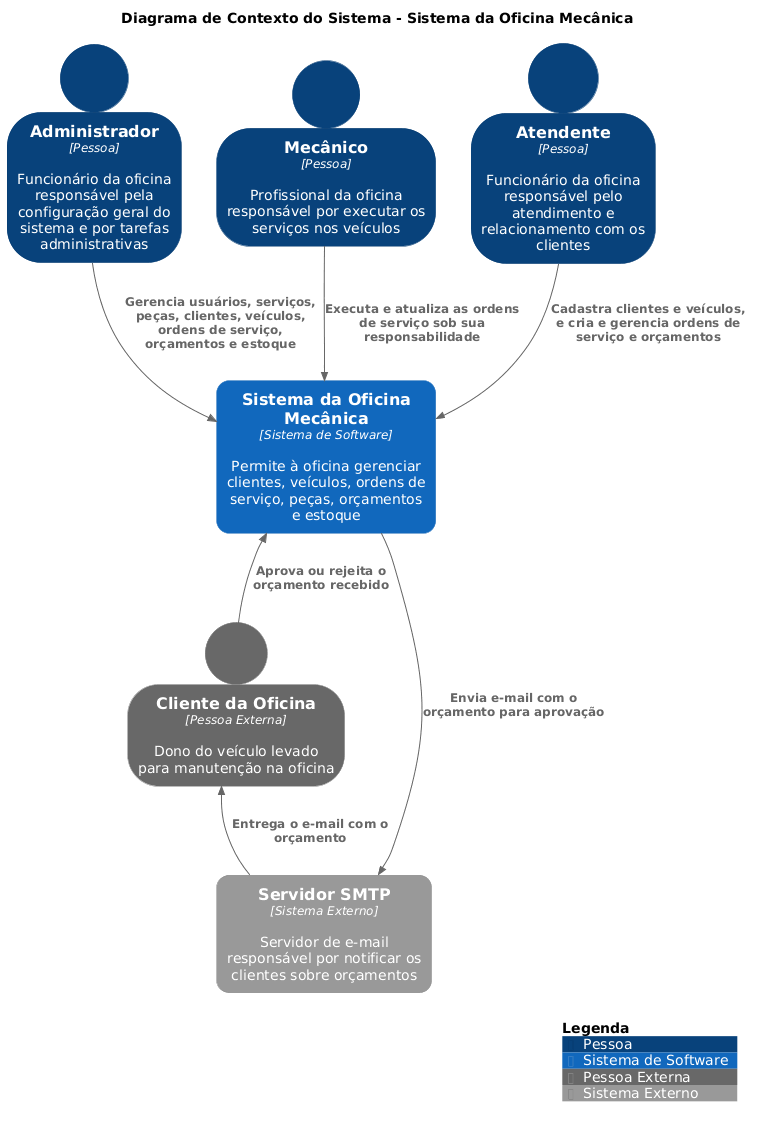
FIAP-15SOAT/oficina-mecanica-app keeps this PlantUML diagram as docs/c4/images/c4-system-context.png. Above is the earlier version. The source it was exported from:
```plantuml
@startuml c4-system-context
!include lib/C4-PlantUML/C4_Context.puml

!$LEGEND_TITLE_TEXT = "Legenda"
UpdateElementStyle("person", $legendText="Pessoa")
UpdateElementStyle("external_person", $legendText="Pessoa Externa")
UpdateElementStyle("system", $legendText="Sistema de Software")
UpdateElementStyle("external_system", $legendText="Sistema Externo")

SHOW_ELEMENT_TYPE($hidePersonType="false")
SHOW_PERSON_OUTLINE()

title Diagrama de Contexto do Sistema - Sistema da Oficina Mecânica

Person(admin, "Administrador", "Funcionário da oficina responsável pela configuração geral do sistema e por tarefas administrativas")
Person(mecanico, "Mecânico", "Profissional da oficina responsável por executar os serviços nos veículos")
Person(atendente, "Atendente", "Funcionário da oficina responsável pelo atendimento e relacionamento com os clientes")

System(oficina, "Sistema da Oficina Mecânica", "Permite à oficina gerenciar clientes, veículos, ordens de serviço, peças, orçamentos e estoque")

Person_Ext(cliente, "Cliente da Oficina", "Dono do veículo levado para manutenção na oficina")

System_Ext(smtp, "Servidor SMTP", "Servidor de e-mail responsável por notificar os clientes sobre orçamentos")

Rel(admin, oficina, "Gerencia usuários, serviços, peças, clientes, veículos, ordens de serviço, orçamentos e estoque")
Rel(mecanico, oficina, "Executa e atualiza as ordens de serviço sob sua responsabilidade")
Rel(atendente, oficina, "Cadastra clientes e veículos, e cria e gerencia ordens de serviço e orçamentos")

Rel_R(oficina, smtp, "Envia e-mail com o orçamento para aprovação")
Rel_U(smtp, cliente, "Entrega o e-mail com o orçamento")
Rel_U(cliente, oficina, "Aprova ou rejeita o orçamento recebido")

SHOW_LEGEND()
@enduml
```
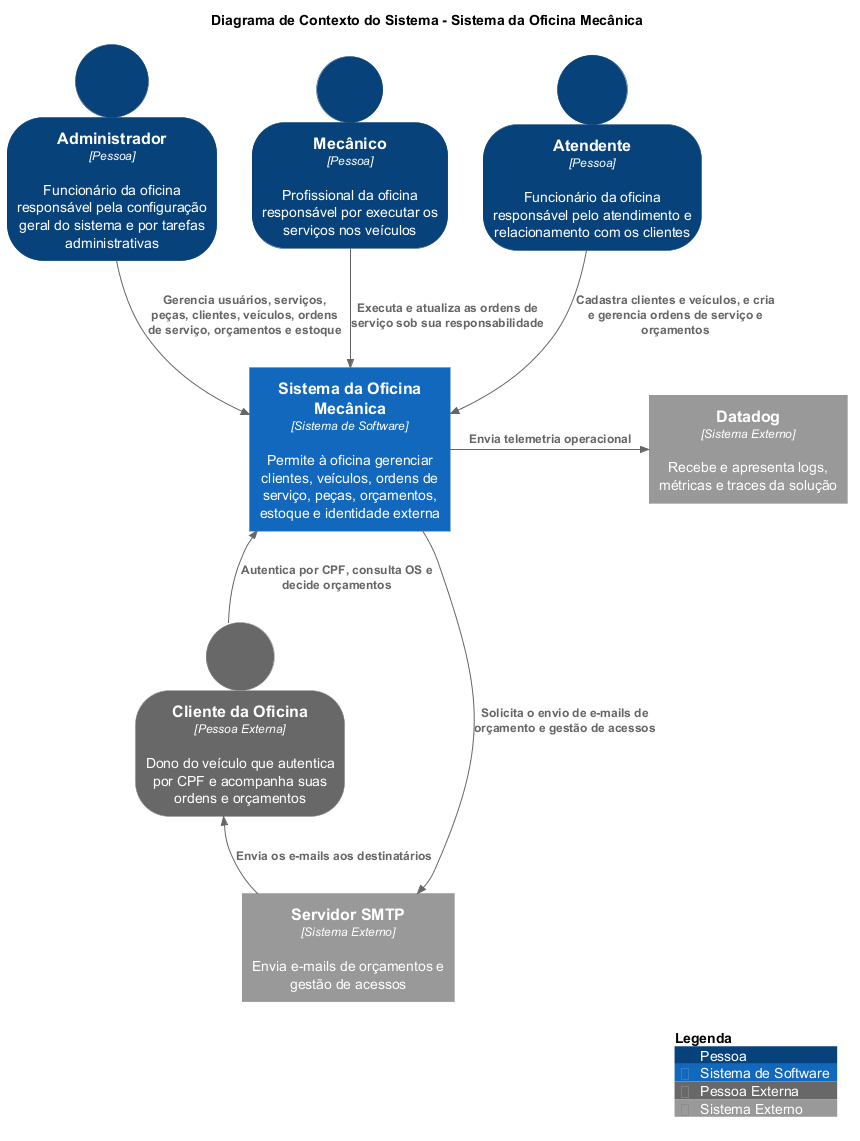
After the change.

The edit, as a diff of the source:
```diff
@@ -1,5 +1,5 @@
 @startuml c4-system-context
-!include lib/C4-PlantUML/C4_Context.puml
+!includeurl https://raw.githubusercontent.com/plantuml-stdlib/C4-PlantUML/v2.14.0/C4_Context.puml
 
 !$LEGEND_TITLE_TEXT = "Legenda"
 UpdateElementStyle("person", $legendText="Pessoa")
@@ -15,20 +15,17 @@
 Person(admin, "Administrador", "Funcionário da oficina responsável pela configuração geral do sistema e por tarefas administrativas")
 Person(mecanico, "Mecânico", "Profissional da oficina responsável por executar os serviços nos veículos")
 Person(atendente, "Atendente", "Funcionário da oficina responsável pelo atendimento e relacionamento com os clientes")
-
-System(oficina, "Sistema da Oficina Mecânica", "Permite à oficina gerenciar clientes, veículos, ordens de serviço, peças, orçamentos e estoque")
-
-Person_Ext(cliente, "Cliente da Oficina", "Dono do veículo levado para manutenção na oficina")
-
-System_Ext(smtp, "Servidor SMTP", "Servidor de e-mail responsável por notificar os clientes sobre orçamentos")
+System(oficina, "Sistema da Oficina Mecânica", "Permite à oficina gerenciar clientes, veículos, ordens de serviço, peças, orçamentos, estoque e identidade externa")
+Person_Ext(cliente, "Cliente da Oficina", "Dono do veículo que autentica por CPF e acompanha suas ordens e orçamentos")
+System_Ext(smtp, "Servidor SMTP", "Envia e-mails de orçamentos e gestão de acessos")
+System_Ext(datadog, "Datadog", "Recebe e apresenta logs, métricas e traces da solução")
 
 Rel(admin, oficina, "Gerencia usuários, serviços, peças, clientes, veículos, ordens de serviço, orçamentos e estoque")
 Rel(mecanico, oficina, "Executa e atualiza as ordens de serviço sob sua responsabilidade")
 Rel(atendente, oficina, "Cadastra clientes e veículos, e cria e gerencia ordens de serviço e orçamentos")
-
-Rel_R(oficina, smtp, "Envia e-mail com o orçamento para aprovação")
-Rel_U(smtp, cliente, "Entrega o e-mail com o orçamento")
-Rel_U(cliente, oficina, "Aprova ou rejeita o orçamento recebido")
-
+Rel_R(oficina, smtp, "Solicita o envio de e-mails de orçamento e gestão de acessos")
+Rel_U(smtp, cliente, "Envia os e-mails aos destinatários")
+Rel_U(cliente, oficina, "Autentica por CPF, consulta OS e decide orçamentos")
+Rel_R(oficina, datadog, "Envia telemetria operacional")
 SHOW_LEGEND()
 @enduml
```
